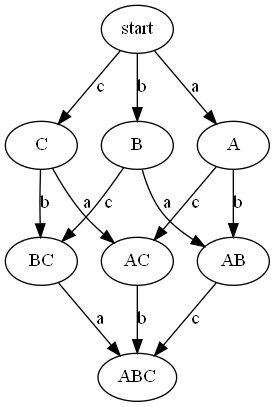
Above: examples/BTI SP WF/SP WF generated BTI and CPI.dot.png in WilliamArnone/Tallulah (Graphviz), before the change. Its source is kept beside it as examples/BTI SP WF/SP WF generated BTI and CPI.dot.
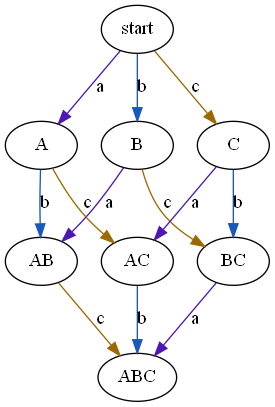
Later version of the same file.

What changed in the source:
```diff
@@ -1,40 +1,40 @@
 digraph G {
-	"start" -> "C" [label="c"]
-	"start" -> "B" [label="b"]
-	"start" -> "A" [label="a"]
-	"C" -> "AC" [label="a"]
-	"C" -> "BC" [label="b"]
-	"B" -> "AB" [label="a"]
-	"B" -> "BC" [label="c"]
-	"AB" -> "ABC" [label="c"]
-	"A" -> "AB" [label="b"]
-	"A" -> "AC" [label="c"]
-	"AC" -> "ABC" [label="b"]
-	"BC" -> "ABC" [label="a"]
+	"start" -> "B" [label="b", color="#1A57BE"]
+	"start" -> "A" [label="a", color="#4D17B6"]
+	"start" -> "C" [label="c", color="#9B6904"]
+	"AC" -> "ABC" [label="b", color="#1A57BE"]
+	"B" -> "AB" [label="a", color="#4D17B6"]
+	"B" -> "BC" [label="c", color="#9B6904"]
+	"AB" -> "ABC" [label="c", color="#9B6904"]
+	"A" -> "AC" [label="c", color="#9B6904"]
+	"A" -> "AB" [label="b", color="#1A57BE"]
+	"BC" -> "ABC" [label="a", color="#4D17B6"]
+	"C" -> "AC" [label="a", color="#4D17B6"]
+	"C" -> "BC" [label="b", color="#1A57BE"]
 }
  /*
+	> B -a-> AB / > B -c-> BC
+	> C -b-> BC / < C -c-> start
+	> AC -b-> ABC / < AC -c-> A
+	< AB -a-> B / < AB -b-> A
+	> B -a-> AB / < B -b-> start
+	> start -c-> C / > start -b-> B
+	> BC -a-> ABC / < BC -c-> B
+	> C -b-> BC / > C -a-> AC
+	< ABC -a-> BC / < ABC -c-> AB
+	> A -c-> AC / < A -a-> start
+	< AC -a-> C / < AC -c-> A
+	> AC -b-> ABC / < AC -a-> C
+	> start -a-> A / > start -b-> B
+	> BC -a-> ABC / < BC -b-> C
+	< ABC -b-> AC / < ABC -c-> AB
+	< BC -c-> B / < BC -b-> C
+	> A -b-> AB / < A -a-> start
+	> AB -c-> ABC / < AB -b-> A
+	> A -b-> AB / > A -c-> AC
+	< ABC -a-> BC / < ABC -b-> AC
+	> C -a-> AC / < C -c-> start
 	> B -c-> BC / < B -b-> start
-	> A -b-> AB / < A -a-> start
-	> C -a-> AC / < C -c-> start
-	> start -c-> C / > start -a-> A
-	> BC -a-> ABC / < BC -b-> C
-	> AC -b-> ABC / < AC -a-> C
-	> AC -b-> ABC / < AC -c-> A
-	< ABC -a-> BC / < ABC -b-> AC
-	< ABC -a-> BC / < ABC -c-> AB
 	> AB -c-> ABC / < AB -a-> B
-	> B -a-> AB / > B -c-> BC
-	> A -c-> AC / < A -a-> start
-	> start -c-> C / > start -b-> B
-	> AB -c-> ABC / < AB -b-> A
-	< ABC -b-> AC / < ABC -c-> AB
-	> C -a-> AC / > C -b-> BC
-	> B -a-> AB / < B -b-> start
-	< AC -a-> C / < AC -c-> A
-	> start -a-> A / > start -b-> B
-	> BC -a-> ABC / < BC -c-> B
-	< BC -c-> B / < BC -b-> C
-	< AB -a-> B / < AB -b-> A
-	> C -b-> BC / < C -c-> start
-	> A -b-> AB / > A -c-> AC
+	> start -a-> A / > start -c-> C
 */
```
